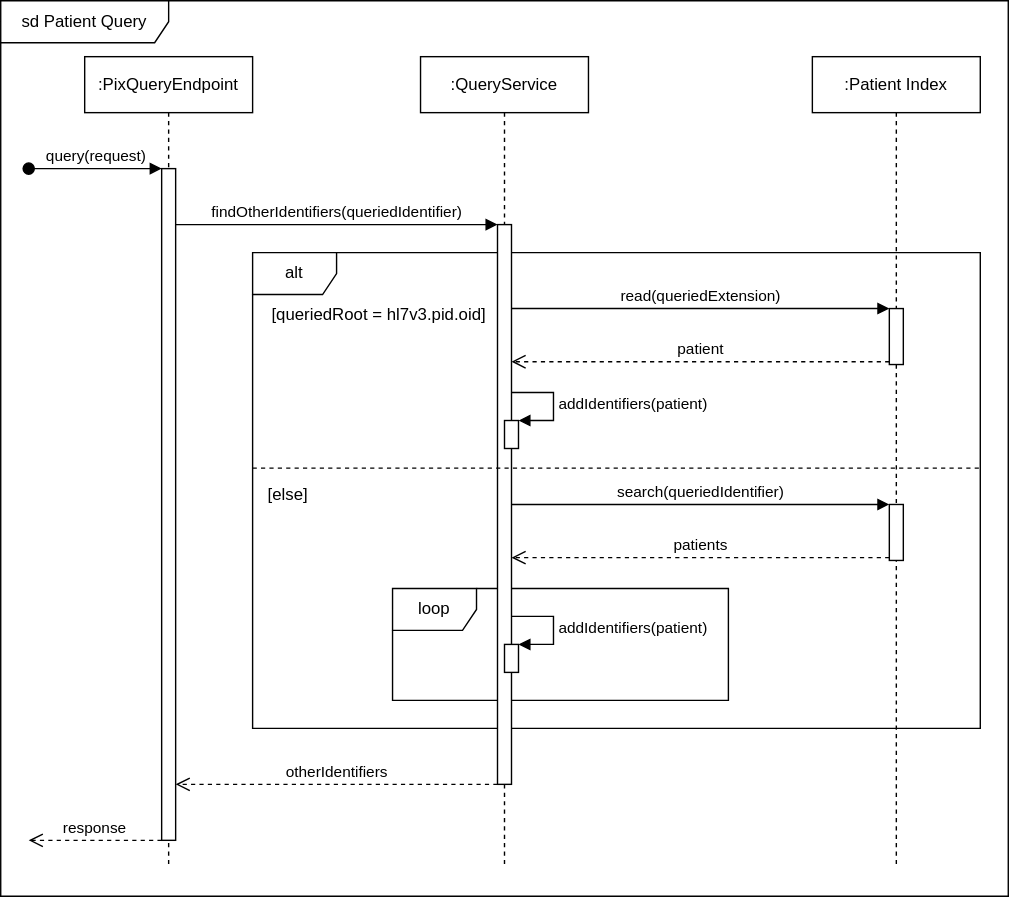
The draw.io diagram patient-index-ws/sequence.svg in tobchen/patient-index, before a commit. Source tidied: cells renumbered, new cells last; positions are measured from the earlier drawing's top-left corner, leaving out a move shared by most shapes.
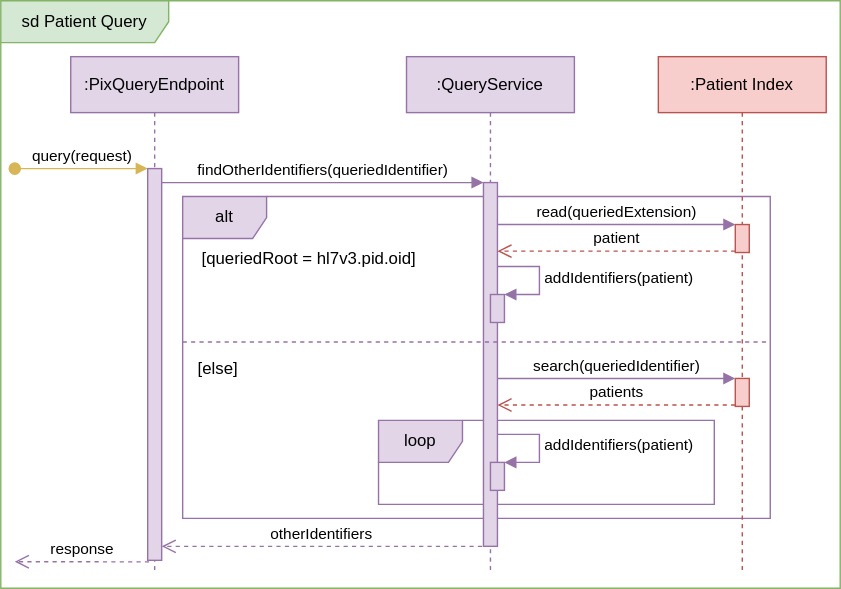
After the change.

Commit message:
More pretty diagrams! Added create or update ad

Change to the diagram source:
```diff
@@ -2,101 +2,107 @@
   <root>
     <mxCell id="0" />
     <mxCell id="1" parent="0" />
-    <mxCell id="2" value="sd Patient Query" style="shape=umlFrame;whiteSpace=wrap;html=1;width=120;height=30;" parent="1" vertex="1">
-      <mxGeometry width="720" height="640" as="geometry" />
+    <mxCell id="2" value="sd Patient Query" style="shape=umlFrame;whiteSpace=wrap;html=1;width=120;height=30;fillColor=#d5e8d4;strokeColor=#82b366;" parent="1" vertex="1">
+      <mxGeometry width="600" height="420" as="geometry" />
     </mxCell>
-    <mxCell id="3" value="alt" style="shape=umlFrame;whiteSpace=wrap;html=1;" parent="1" vertex="1">
-      <mxGeometry x="180" y="180" width="520" height="340" as="geometry" />
+    <mxCell id="3" value="alt" style="shape=umlFrame;whiteSpace=wrap;html=1;fillColor=#e1d5e7;strokeColor=#9673a6;" parent="1" vertex="1">
+      <mxGeometry x="130" y="140" width="420" height="230" as="geometry" />
     </mxCell>
-    <mxCell id="4" value="loop" style="shape=umlFrame;whiteSpace=wrap;html=1;" parent="1" vertex="1">
-      <mxGeometry x="280" y="420" width="240" height="80" as="geometry" />
+    <mxCell id="4" value="loop" style="shape=umlFrame;whiteSpace=wrap;html=1;fillColor=#e1d5e7;strokeColor=#9673a6;" parent="1" vertex="1">
+      <mxGeometry x="270" y="300" width="240" height="60" as="geometry" />
     </mxCell>
-    <mxCell id="5" value=":PixQueryEndpoint" style="shape=umlLifeline;perimeter=lifelinePerimeter;whiteSpace=wrap;html=1;" parent="1" vertex="1">
-      <mxGeometry x="60" y="40" width="120" height="580" as="geometry" />
+    <mxCell id="5" value=":PixQueryEndpoint" style="shape=umlLifeline;perimeter=lifelinePerimeter;whiteSpace=wrap;html=1;fillColor=#e1d5e7;strokeColor=#9673a6;" parent="1" vertex="1">
+      <mxGeometry x="50" y="40" width="120" height="370" as="geometry" />
     </mxCell>
-    <mxCell id="6" style="html=1;points=[];perimeter=orthogonalPerimeter;" parent="5" vertex="1">
-      <mxGeometry x="55" y="80" width="10" height="480" as="geometry" />
+    <mxCell id="6" style="html=1;points=[];perimeter=orthogonalPerimeter;fillColor=#e1d5e7;strokeColor=#9673a6;" parent="5" vertex="1">
+      <mxGeometry x="55" y="80" width="10" height="280" as="geometry" />
     </mxCell>
-    <mxCell id="7" value=":QueryService" style="shape=umlLifeline;perimeter=lifelinePerimeter;whiteSpace=wrap;html=1;" parent="1" vertex="1">
-      <mxGeometry x="300" y="40" width="120" height="580" as="geometry" />
+    <mxCell id="7" value=":QueryService" style="shape=umlLifeline;perimeter=lifelinePerimeter;whiteSpace=wrap;html=1;fillColor=#e1d5e7;strokeColor=#9673a6;" parent="1" vertex="1">
+      <mxGeometry x="290" y="40" width="120" height="370" as="geometry" />
     </mxCell>
-    <mxCell id="8" style="html=1;points=[];perimeter=orthogonalPerimeter;" parent="7" vertex="1">
-      <mxGeometry x="55" y="120" width="10" height="400" as="geometry" />
+    <mxCell id="8" style="html=1;points=[];perimeter=orthogonalPerimeter;fillColor=#e1d5e7;strokeColor=#9673a6;" parent="7" vertex="1">
+      <mxGeometry x="55" y="90" width="10" height="260" as="geometry" />
     </mxCell>
-    <mxCell id="9" style="html=1;points=[];perimeter=orthogonalPerimeter;" parent="7" vertex="1">
-      <mxGeometry x="60" y="420" width="10" height="20" as="geometry" />
+    <mxCell id="9" style="html=1;points=[];perimeter=orthogonalPerimeter;fillColor=#e1d5e7;strokeColor=#9673a6;" parent="7" vertex="1">
+      <mxGeometry x="60" y="290" width="10" height="20" as="geometry" />
     </mxCell>
-    <mxCell id="10" value="addIdentifiers(patient)" style="edgeStyle=orthogonalEdgeStyle;html=1;align=left;spacingLeft=2;endArrow=block;rounded=0;entryX=1;entryY=0;" parent="7" edge="1" source="8" target="9">
+    <mxCell id="10" value="addIdentifiers(patient)" style="edgeStyle=orthogonalEdgeStyle;html=1;align=left;spacingLeft=2;endArrow=block;rounded=0;entryX=1;entryY=0;fillColor=#e1d5e7;strokeColor=#9673a6;" parent="7" edge="1" target="9">
       <mxGeometry relative="1" as="geometry">
+        <mxPoint x="65" y="270" as="sourcePoint" />
         <Array as="points">
-          <mxPoint x="95" y="400" />
-          <mxPoint x="95" y="420" />
+          <mxPoint x="95" y="270" />
+          <mxPoint x="95" y="290" />
         </Array>
       </mxGeometry>
     </mxCell>
+    <mxCell id="19" value="addIdentifiers(patient)" style="edgeStyle=orthogonalEdgeStyle;html=1;align=left;spacingLeft=2;endArrow=block;rounded=0;entryX=1;entryY=0;fillColor=#e1d5e7;strokeColor=#9673a6;" parent="7" edge="1" target="18">
+      <mxGeometry relative="1" as="geometry">
+        <mxPoint x="65" y="150" as="sourcePoint" />
+        <Array as="points">
+          <mxPoint x="95" y="150" />
+          <mxPoint x="95" y="170" />
+        </Array>
+      </mxGeometry>
+    </mxCell>
+    <mxCell id="18" style="html=1;points=[];perimeter=orthogonalPerimeter;fillColor=#e1d5e7;strokeColor=#9673a6;" parent="7" vertex="1">
+      <mxGeometry x="60" y="170" width="10" height="20" as="geometry" />
+    </mxCell>
-    <mxCell id="11" value=":Patient Index" style="shape=umlLifeline;perimeter=lifelinePerimeter;whiteSpace=wrap;html=1;" parent="1" vertex="1">
-      <mxGeometry x="580" y="40" width="120" height="580" as="geometry" />
+    <mxCell id="11" value=":Patient Index" style="shape=umlLifeline;perimeter=lifelinePerimeter;whiteSpace=wrap;html=1;fillColor=#f8cecc;strokeColor=#b85450;" parent="1" vertex="1">
+      <mxGeometry x="470" y="40" width="120" height="370" as="geometry" />
     </mxCell>
-    <mxCell id="12" style="html=1;points=[];perimeter=orthogonalPerimeter;" parent="11" vertex="1">
-      <mxGeometry x="55" y="320" width="10" height="40" as="geometry" />
+    <mxCell id="12" style="html=1;points=[];perimeter=orthogonalPerimeter;fillColor=#f8cecc;strokeColor=#b85450;" parent="11" vertex="1">
+      <mxGeometry x="55" y="230" width="10" height="20" as="geometry" />
     </mxCell>
+    <mxCell id="15" style="html=1;points=[];perimeter=orthogonalPerimeter;fillColor=#f8cecc;strokeColor=#b85450;" parent="11" vertex="1">
+      <mxGeometry x="55" y="120" width="10" height="20" as="geometry" />
+    </mxCell>
-    <mxCell id="13" value="query(request)" style="html=1;verticalAlign=bottom;startArrow=oval;endArrow=block;startSize=8;rounded=0;" parent="1" edge="1" target="6">
+    <mxCell id="13" value="query(request)" style="html=1;verticalAlign=bottom;startArrow=oval;endArrow=block;startSize=8;rounded=0;fillColor=#fff2cc;strokeColor=#d6b656;" parent="1" edge="1" target="6">
       <mxGeometry relative="1" as="geometry">
-        <mxPoint x="20" y="120" as="sourcePoint" />
+        <mxPoint x="10" y="120" as="sourcePoint" />
         <Array as="points">
-          <mxPoint x="20" y="120" />
+          <mxPoint x="10" y="120" />
         </Array>
       </mxGeometry>
     </mxCell>
-    <mxCell id="14" value="findOtherIdentifiers(queriedIdentifier)" style="html=1;verticalAlign=bottom;endArrow=block;entryX=0;entryY=0;rounded=0;" parent="1" edge="1" source="6" target="8">
-      <mxGeometry relative="1" as="geometry" />
+    <mxCell id="14" value="findOtherIdentifiers(queriedIdentifier)" style="html=1;verticalAlign=bottom;endArrow=block;entryX=0;entryY=0;rounded=0;fillColor=#e1d5e7;strokeColor=#9673a6;" parent="1" edge="1" source="6" target="8">
+      <mxGeometry relative="1" as="geometry">
+        <Array as="points">
+          <mxPoint x="280" y="130" />
+        </Array>
+      </mxGeometry>
     </mxCell>
-    <mxCell id="15" style="html=1;points=[];perimeter=orthogonalPerimeter;" parent="1" vertex="1">
-      <mxGeometry x="635" y="220" width="10" height="40" as="geometry" />
-    </mxCell>
-    <mxCell id="16" value="read(queriedExtension)" style="html=1;verticalAlign=bottom;endArrow=block;entryX=0;entryY=0;rounded=0;" parent="1" edge="1" source="8" target="15">
-      <mxGeometry relative="1" as="geometry" />
+    <mxCell id="16" value="read(queriedExtension)" style="html=1;verticalAlign=bottom;endArrow=block;entryX=0;entryY=0;rounded=0;fillColor=#e1d5e7;strokeColor=#9673a6;" parent="1" edge="1" source="8" target="15">
+      <mxGeometry relative="1" as="geometry">
+        <Array as="points">
+          <mxPoint x="390" y="160" />
+        </Array>
+      </mxGeometry>
     </mxCell>
-    <mxCell id="17" value="patient" style="html=1;verticalAlign=bottom;endArrow=open;dashed=1;endSize=8;exitX=0;exitY=0.95;rounded=0;" parent="1" edge="1" source="15" target="8">
+    <mxCell id="17" value="patient" style="html=1;verticalAlign=bottom;endArrow=open;dashed=1;endSize=8;exitX=0;exitY=0.95;rounded=0;fillColor=#f8cecc;strokeColor=#b85450;" parent="1" edge="1" source="15" target="8">
       <mxGeometry relative="1" as="geometry" />
     </mxCell>
-    <mxCell id="18" style="html=1;points=[];perimeter=orthogonalPerimeter;" parent="1" vertex="1">
-      <mxGeometry x="360" y="300" width="10" height="20" as="geometry" />
-    </mxCell>
-    <mxCell id="19" value="addIdentifiers(patient)" style="edgeStyle=orthogonalEdgeStyle;html=1;align=left;spacingLeft=2;endArrow=block;rounded=0;entryX=1;entryY=0;" parent="1" edge="1" source="8" target="18">
-      <mxGeometry relative="1" as="geometry">
-        <Array as="points">
-          <mxPoint x="395" y="280" />
-          <mxPoint x="395" y="300" />
-        </Array>
-      </mxGeometry>
-    </mxCell>
-    <mxCell id="20" value="search(queriedIdentifier)" style="html=1;verticalAlign=bottom;endArrow=block;entryX=0;entryY=0;rounded=0;" parent="1" edge="1" source="8" target="12">
+    <mxCell id="20" value="search(queriedIdentifier)" style="html=1;verticalAlign=bottom;endArrow=block;entryX=0;entryY=0;rounded=0;fillColor=#e1d5e7;strokeColor=#9673a6;" parent="1" edge="1" source="8" target="12">
       <mxGeometry relative="1" as="geometry" />
     </mxCell>
-    <mxCell id="21" value="patients" style="html=1;verticalAlign=bottom;endArrow=open;dashed=1;endSize=8;exitX=0;exitY=0.95;rounded=0;" parent="1" edge="1" source="12" target="8">
+    <mxCell id="21" value="patients" style="html=1;verticalAlign=bottom;endArrow=open;dashed=1;endSize=8;exitX=0;exitY=0.95;rounded=0;fillColor=#f8cecc;strokeColor=#b85450;" parent="1" edge="1" source="12" target="8">
       <mxGeometry relative="1" as="geometry" />
     </mxCell>
-    <mxCell id="22" style="line;strokeWidth=1;fillColor=none;align=left;verticalAlign=middle;spacingTop=-1;spacingLeft=3;spacingRight=3;labelPosition=right;strokeColor=inherit;dashed=1;" parent="1" vertex="1">
-      <mxGeometry x="180" y="330" width="520" height="8" as="geometry" />
+    <mxCell id="22" style="line;strokeWidth=1;fillColor=#e1d5e7;align=left;verticalAlign=middle;spacingTop=-1;spacingLeft=3;spacingRight=3;labelPosition=right;strokeColor=#9673a6;dashed=1;" parent="1" vertex="1">
+      <mxGeometry x="130" y="240" width="420" height="8" as="geometry" />
     </mxCell>
-    <mxCell id="23" value="otherIdentifiers" style="html=1;verticalAlign=bottom;endArrow=open;dashed=1;endSize=8;rounded=0;" parent="1" edge="1" source="8" target="6">
-      <mxGeometry relative="1" as="geometry">
-        <Array as="points">
-          <mxPoint x="200" y="560" />
-        </Array>
-      </mxGeometry>
+    <mxCell id="23" value="otherIdentifiers" style="html=1;verticalAlign=bottom;endArrow=open;dashed=1;endSize=8;rounded=0;fillColor=#e1d5e7;strokeColor=#9673a6;exitX=-0.1;exitY=1;exitDx=0;exitDy=0;exitPerimeter=0;" parent="1" edge="1" source="8" target="6">
+      <mxGeometry relative="1" as="geometry" />
     </mxCell>
-    <mxCell id="24" value="response" style="html=1;verticalAlign=bottom;endArrow=open;dashed=1;endSize=8;rounded=0;" parent="1" edge="1" source="6">
+    <mxCell id="24" value="response" style="html=1;verticalAlign=bottom;endArrow=open;dashed=1;endSize=8;rounded=0;fillColor=#e1d5e7;strokeColor=#9673a6;exitX=0.1;exitY=1.004;exitDx=0;exitDy=0;exitPerimeter=0;" parent="1" edge="1" source="6">
       <mxGeometry relative="1" as="geometry">
-        <mxPoint x="20" y="600" as="targetPoint" />
+        <mxPoint x="10" y="401" as="targetPoint" />
       </mxGeometry>
     </mxCell>
     <mxCell id="25" value="[queriedRoot = hl7v3.pid.oid]" style="text;html=1;align=center;verticalAlign=middle;strokeColor=none;fillColor=none;" parent="1" vertex="1">
-      <mxGeometry x="180" y="210" width="180" height="30" as="geometry" />
+      <mxGeometry x="130" y="170" width="180" height="30" as="geometry" />
     </mxCell>
     <mxCell id="26" value="[else]" style="text;html=1;align=center;verticalAlign=middle;strokeColor=none;fillColor=none;" parent="1" vertex="1">
-      <mxGeometry x="180" y="338" width="50" height="30" as="geometry" />
+      <mxGeometry x="130" y="248" width="50" height="30" as="geometry" />
     </mxCell>
   </root>
 </mxGraphModel>
```
